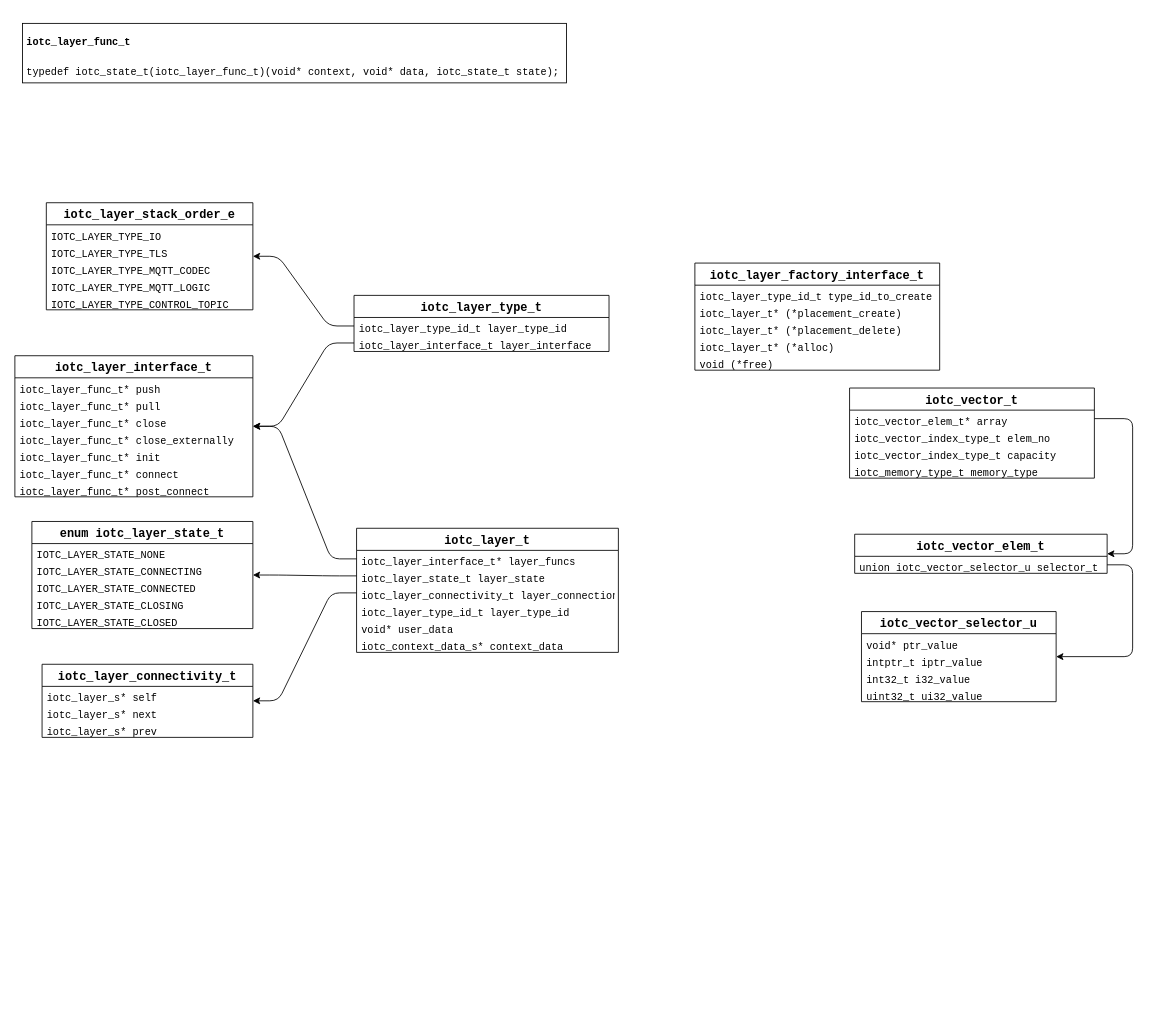
The draw.io diagram Untitled Diagram.drawio in borlandong/diagrams, before the edit. Source tidied: cells renumbered, new cells numbered last; positions are measured from the earlier drawing's top-left corner, leaving out a move shared by most shapes. Both pictures are drawn from the tidied source at 85%, with x=0, y=0 at pixel (14, 23).
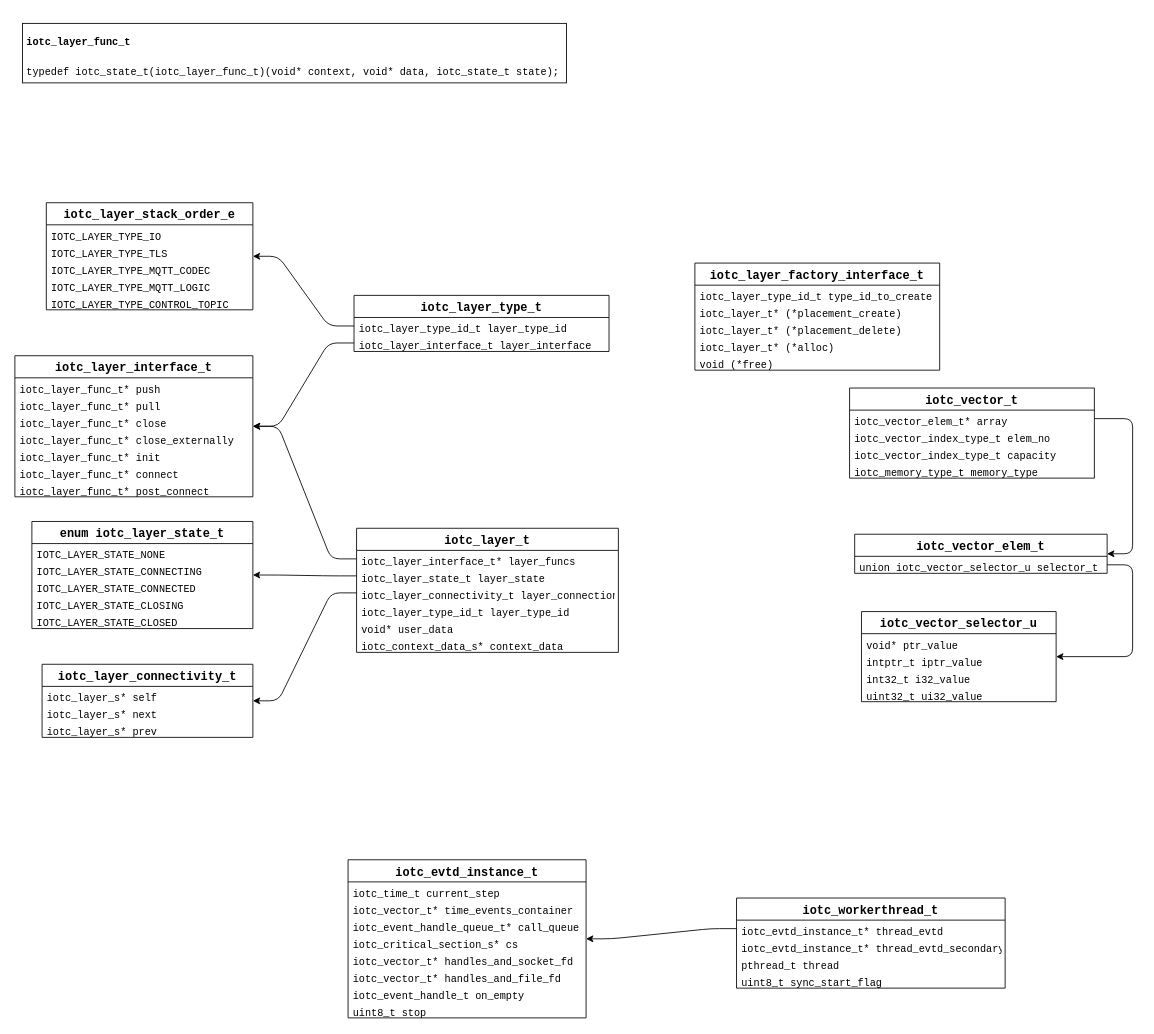
After the change.

What changed in the source:
```diff
@@
+    <mxCell id="62" value="iotc_evtd_instance_t" style="swimlane;fontStyle=1;horizontal=1;startSize=26;align=center;fontSize=14;fontFamily=Courier New;" parent="1" vertex="1">
+      <mxGeometry x="392" y="984" width="280" height="186" as="geometry" />
+    </mxCell>
+    <mxCell id="63" value="iotc_time_t current_step" style="text;fillColor=none;spacingLeft=4;spacingRight=4;overflow=hidden;fontSize=12;fontFamily=Courier New;dashed=1;" parent="62" vertex="1">
+      <mxGeometry y="26" width="280" height="20" as="geometry" />
+    </mxCell>
+    <mxCell id="64" value="iotc_vector_t* time_events_container" style="text;fillColor=none;spacingLeft=4;spacingRight=4;overflow=hidden;fontSize=12;fontFamily=Courier New;dashed=1;" parent="62" vertex="1">
+      <mxGeometry y="46" width="280" height="20" as="geometry" />
+    </mxCell>
+    <mxCell id="65" value="iotc_event_handle_queue_t* call_queue" style="text;strokeColor=none;fillColor=none;spacingLeft=4;spacingRight=4;overflow=hidden;fontSize=12;fontFamily=Courier New;" parent="62" vertex="1">
+      <mxGeometry y="66" width="280" height="20" as="geometry" />
+    </mxCell>
+    <mxCell id="66" value="iotc_critical_section_s* cs" style="text;strokeColor=none;fillColor=none;spacingLeft=4;spacingRight=4;overflow=hidden;fontSize=12;fontFamily=Courier New;" parent="62" vertex="1">
+      <mxGeometry y="86" width="280" height="20" as="geometry" />
+    </mxCell>
+    <mxCell id="67" value="iotc_vector_t* handles_and_socket_fd" style="text;strokeColor=none;fillColor=none;spacingLeft=4;spacingRight=4;overflow=hidden;fontSize=12;fontFamily=Courier New;" parent="62" vertex="1">
+      <mxGeometry y="106" width="280" height="20" as="geometry" />
+    </mxCell>
+    <mxCell id="68" value="iotc_vector_t* handles_and_file_fd" style="text;strokeColor=none;fillColor=none;spacingLeft=4;spacingRight=4;overflow=hidden;fontSize=12;fontFamily=Courier New;" parent="62" vertex="1">
+      <mxGeometry y="126" width="280" height="20" as="geometry" />
+    </mxCell>
+    <mxCell id="69" value="iotc_event_handle_t on_empty" style="text;strokeColor=none;fillColor=none;spacingLeft=4;spacingRight=4;overflow=hidden;fontSize=12;fontFamily=Courier New;" parent="62" vertex="1">
+      <mxGeometry y="146" width="280" height="20" as="geometry" />
+    </mxCell>
+    <mxCell id="70" value="uint8_t stop" style="text;strokeColor=none;fillColor=none;spacingLeft=4;spacingRight=4;overflow=hidden;fontSize=12;fontFamily=Courier New;" parent="62" vertex="1">
+      <mxGeometry y="166" width="280" height="20" as="geometry" />
+    </mxCell>
+    <mxCell id="71" value="iotc_workerthread_t" style="swimlane;fontStyle=1;horizontal=1;startSize=26;align=center;fontSize=14;fontFamily=Courier New;" parent="1" vertex="1">
+      <mxGeometry x="849" y="1029" width="316" height="106" as="geometry" />
+    </mxCell>
+    <mxCell id="72" value="iotc_evtd_instance_t* thread_evtd" style="text;fillColor=none;spacingLeft=4;spacingRight=4;overflow=hidden;points=[[0,0.5],[1,0.5]];portConstraint=eastwest;fontSize=12;fontFamily=Courier New;dashed=1;" parent="71" vertex="1">
+      <mxGeometry y="26" width="316" height="20" as="geometry" />
+    </mxCell>
+    <mxCell id="73" value="iotc_evtd_instance_t* thread_evtd_secondary" style="text;fillColor=none;spacingLeft=4;spacingRight=4;overflow=hidden;fontSize=12;fontFamily=Courier New;dashed=1;" parent="71" vertex="1">
+      <mxGeometry y="46" width="316" height="20" as="geometry" />
+    </mxCell>
+    <mxCell id="74" value="pthread_t thread" style="text;strokeColor=none;fillColor=none;spacingLeft=4;spacingRight=4;overflow=hidden;fontSize=12;fontFamily=Courier New;" parent="71" vertex="1">
+      <mxGeometry y="66" width="316" height="20" as="geometry" />
+    </mxCell>
+    <mxCell id="75" value="uint8_t sync_start_flag" style="text;strokeColor=none;fillColor=none;spacingLeft=4;spacingRight=4;overflow=hidden;fontSize=12;fontFamily=Courier New;" parent="71" vertex="1">
+      <mxGeometry y="86" width="316" height="20" as="geometry" />
+    </mxCell>
+    <mxCell id="76" style="edgeStyle=entityRelationEdgeStyle;jettySize=auto;html=1;fontFamily=Courier New;" parent="1" edge="1" source="72" target="62">
+      <mxGeometry relative="1" as="geometry" />
+    </mxCell>
```
